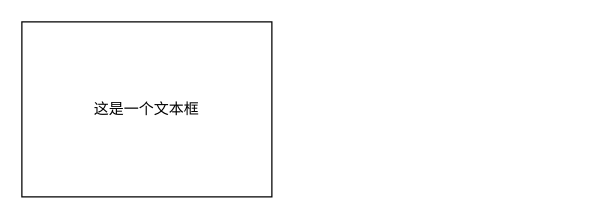
Earlier version of the draw.io diagram Untitled Diagram.drawio (lingoWu/pics). Source tidied: cells renumbered, new cells numbered last; positions are measured from the earlier drawing's top-left corner, leaving out a move shared by most shapes. Both pictures are drawn from the tidied source at 125%, with x=0, y=0 at pixel (21, 21).
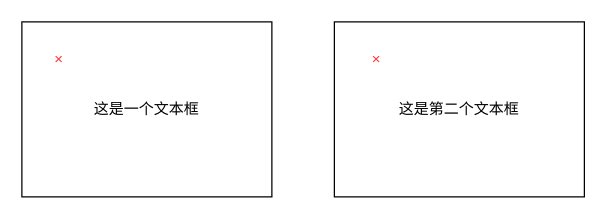
After the change.

What changed in the source:
```diff
@@
 <mxGraphModel>
   <root>
     <mxCell id="0" />
     <mxCell id="1" parent="0" />
     <mxCell id="2" value="&lt;pre&gt;&lt;font face=&quot;Times New Roman&quot;&gt;这是一个文本框&lt;/font&gt;&lt;/pre&gt;" style="rounded=0;whiteSpace=wrap;html=1;" parent="1" vertex="1">
       <mxGeometry width="200" height="140" as="geometry" />
     </mxCell>
+    <mxCell id="3" value="&lt;pre&gt;&lt;font face=&quot;Times New Roman&quot;&gt;这是第二个文本框&lt;/font&gt;&lt;/pre&gt;" style="rounded=0;whiteSpace=wrap;html=1;" parent="1" vertex="1">
+      <mxGeometry x="250" width="200" height="140" as="geometry" />
+    </mxCell>
+    <mxCell id="4" value="×" style="text;html=1;strokeColor=none;fillColor=none;align=center;verticalAlign=middle;whiteSpace=wrap;rounded=0;fontColor=#FF3333;" parent="1" vertex="1">
+      <mxGeometry x="20" y="20" width="20" height="20" as="geometry" />
+    </mxCell>
+    <mxCell id="5" value="×" style="text;html=1;strokeColor=none;fillColor=none;align=center;verticalAlign=middle;whiteSpace=wrap;rounded=0;fontColor=#FF3333;" parent="1" vertex="1">
+      <mxGeometry x="274" y="20" width="20" height="20" as="geometry" />
+    </mxCell>
   </root>
 </mxGraphModel>
```
